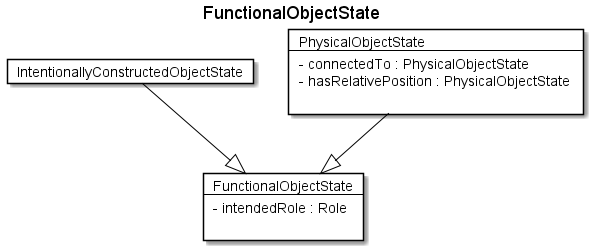
rtigran/rdf2adoc keeps this PlantUML diagram as fragments/diagrams/FunctionalObjectState.png. Above is the earlier version. Source of this version:
```plantuml
@startuml
Title FunctionalObjectState

Card FunctionalObjectState #fff [
FunctionalObjectState
----
- intendedRole : Role

]
Card IntentionallyConstructedObjectState #fff [
IntentionallyConstructedObjectState
]
IntentionallyConstructedObjectState --|> FunctionalObjectState  #000
Card PhysicalObjectState #fff [
PhysicalObjectState
----
- connectedTo : PhysicalObjectState
- hasRelativePosition : PhysicalObjectState

]
PhysicalObjectState --|> FunctionalObjectState  #000
@enduml
```
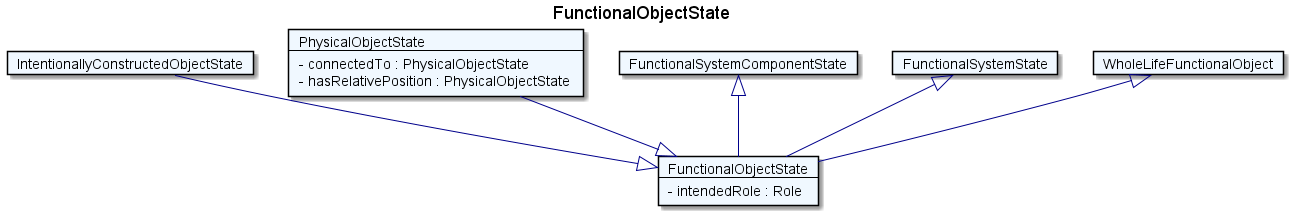
After the commit.

Diff of the diagram source:
```diff
@@ -1,22 +1,32 @@
 @startuml
 Title FunctionalObjectState
 
-Card FunctionalObjectState #fff [
+Card FunctionalObjectState #F0F8FF [
 FunctionalObjectState
 ----
 - intendedRole : Role
-
 ]
-Card IntentionallyConstructedObjectState #fff [
+Card IntentionallyConstructedObjectState #F0F8FF [
 IntentionallyConstructedObjectState
 ]
-IntentionallyConstructedObjectState --|> FunctionalObjectState  #000
-Card PhysicalObjectState #fff [
+IntentionallyConstructedObjectState --|> FunctionalObjectState  #00008B
+Card PhysicalObjectState #F0F8FF [
 PhysicalObjectState
 ----
 - connectedTo : PhysicalObjectState
 - hasRelativePosition : PhysicalObjectState
-
 ]
-PhysicalObjectState --|> FunctionalObjectState  #000
+PhysicalObjectState --|> FunctionalObjectState  #00008B
+Card FunctionalSystemComponentState #F0F8FF [
+FunctionalSystemComponentState
+]
+FunctionalSystemComponentState <|-- FunctionalObjectState  #00008B
+Card FunctionalSystemState #F0F8FF [
+FunctionalSystemState
+]
+FunctionalSystemState <|-- FunctionalObjectState  #00008B
+Card WholeLifeFunctionalObject #F0F8FF [
+WholeLifeFunctionalObject
+]
+WholeLifeFunctionalObject <|-- FunctionalObjectState  #00008B
 @enduml
```
